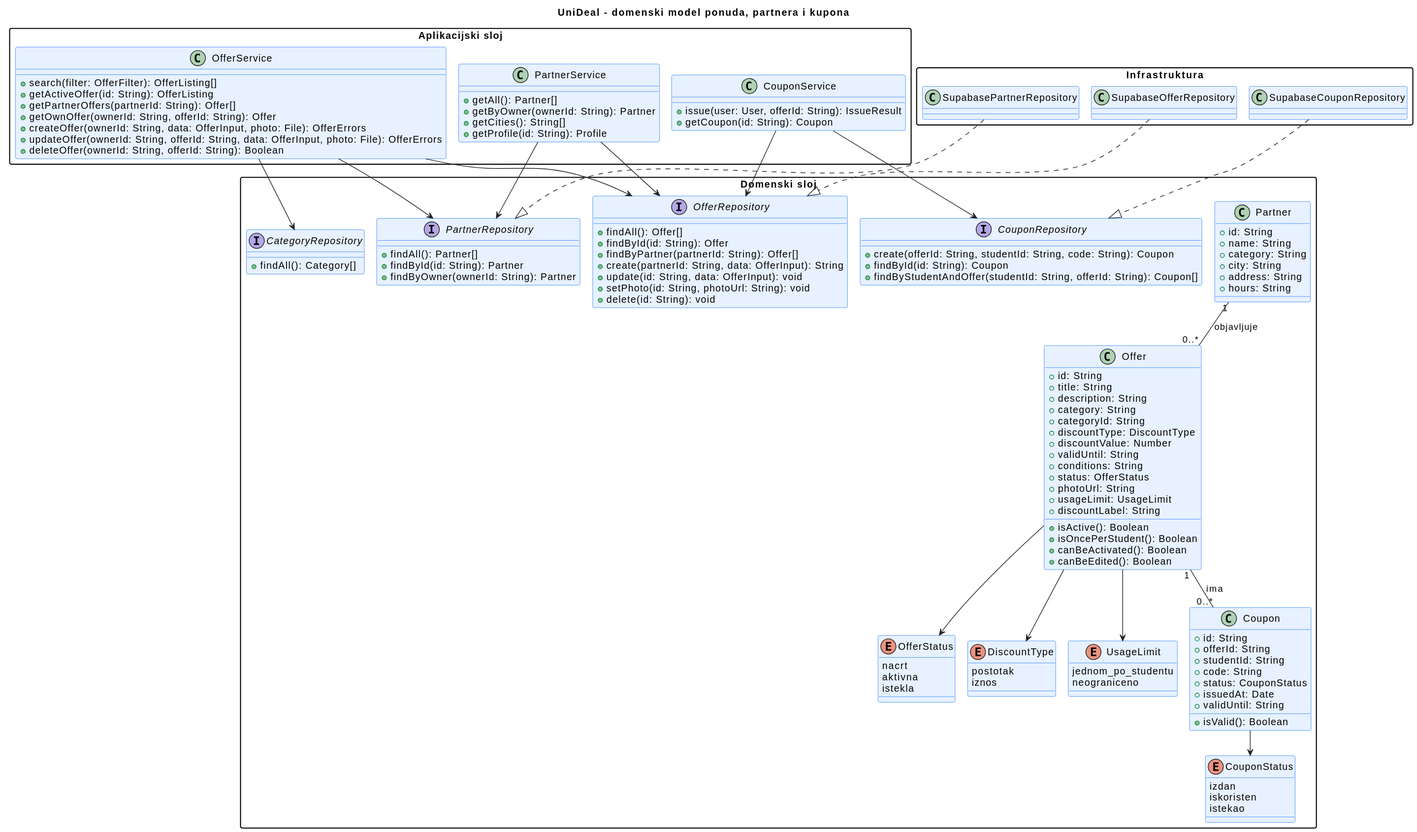
This is docs/assets/diagrams/4-3-unideal-domain-CD.svg from matejban/UniDeal, a PlantUML export, as it was before one commit.
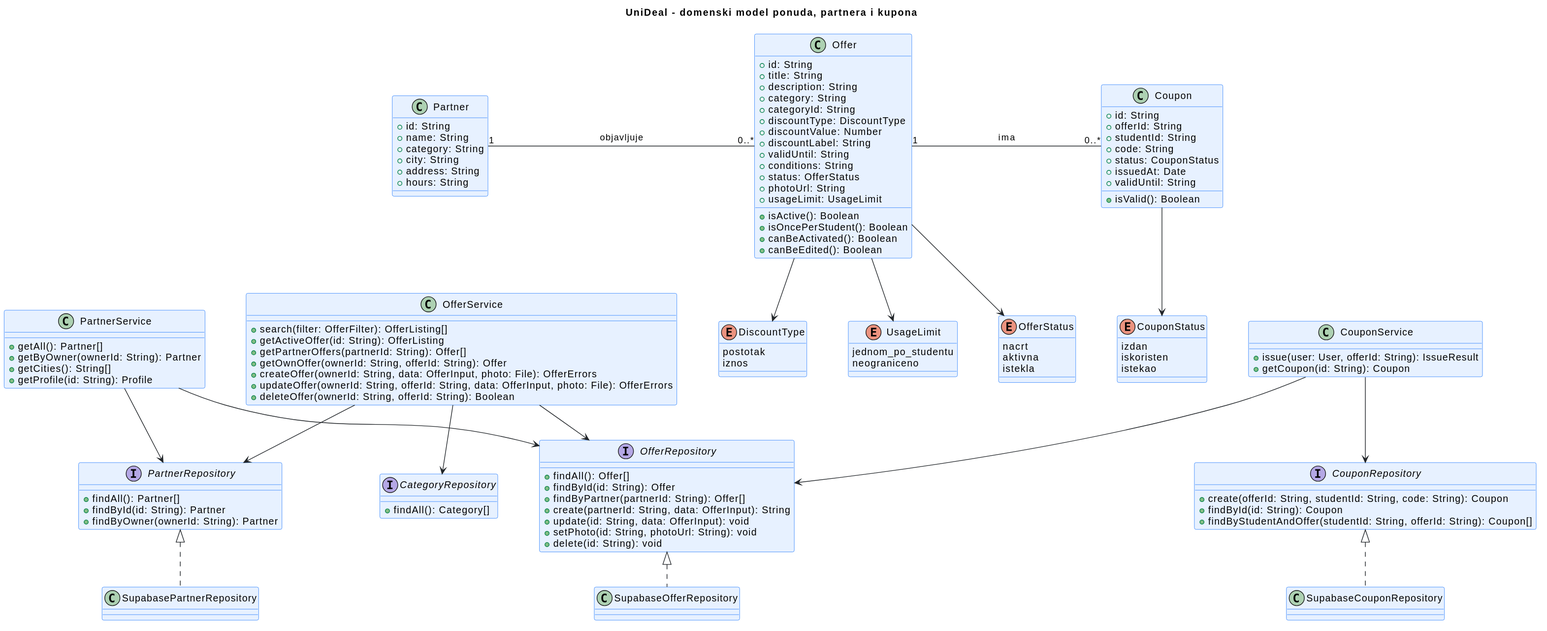
After the commit.

What changed in the source:
```diff
@@ -1,142 +1,159 @@
 @startuml
+
+
 !pragma layout smetana
 title UniDeal - domenski model ponuda, partnera i kupona
 
 skinparam shadowing false
 skinparam defaultFontName Arial
-skinparam packageStyle rectangle
 skinparam ArrowColor #212529
+skinparam nodesep 60
+skinparam ranksep 50
 
 skinparam class {
     BackgroundColor #E7F1FF
     BorderColor #0D6EFD
 }
 
-package "Aplikacijski sloj" {
-    class OfferService {
-        +search(filter: OfferFilter): OfferListing[]
-        +getActiveOffer(id: String): OfferListing
-        +getPartnerOffers(partnerId: String): Offer[]
-        +getOwnOffer(ownerId: String, offerId: String): Offer
-        +createOffer(ownerId: String, data: OfferInput, photo: File): OfferErrors
-        +updateOffer(ownerId: String, offerId: String, data: OfferInput, photo: File): OfferErrors
-        +deleteOffer(ownerId: String, offerId: String): Boolean
-    }
-    class PartnerService {
-        +getAll(): Partner[]
-        +getByOwner(ownerId: String): Partner
-        +getCities(): String[]
-        +getProfile(id: String): Profile
-    }
-    class CouponService {
-        +issue(user: User, offerId: String): IssueResult
-        +getCoupon(id: String): Coupon
-    }
+
+enum OfferStatus {
+    nacrt
+    aktivna
+    istekla
+}
+enum DiscountType {
+    postotak
+    iznos
+}
+enum UsageLimit {
+    jednom_po_studentu
+    neograniceno
+}
+enum CouponStatus {
+    izdan
+    iskoristen
+    istekao
 }
 
-package "Domenski sloj" {
-    enum OfferStatus {
-        nacrt
-        aktivna
-        istekla
-    }
-    enum DiscountType {
-        postotak
-        iznos
-    }
-    enum UsageLimit {
-        jednom_po_studentu
-        neograniceno
-    }
-    enum CouponStatus {
-        izdan
-        iskoristen
-        istekao
-    }
-    class Offer {
-        +id: String
-        +title: String
-        +description: String
-        +category: String
-        +categoryId: String
-        +discountType: DiscountType
-        +discountValue: Number
-        +validUntil: String
-        +conditions: String
-        +status: OfferStatus
-        +photoUrl: String
-        +usageLimit: UsageLimit
-        +isActive(): Boolean
-        +isOncePerStudent(): Boolean
-        +canBeActivated(): Boolean
-        +canBeEdited(): Boolean
-        +discountLabel: String
-    }
-    class Partner {
-        +id: String
-        +name: String
-        +category: String
-        +city: String
-        +address: String
-        +hours: String
-    }
-    class Coupon {
-        +id: String
-        +offerId: String
-        +studentId: String
-        +code: String
-        +status: CouponStatus
-        +issuedAt: Date
-        +validUntil: String
-        +isValid(): Boolean
-    }
-    interface OfferRepository {
-        +findAll(): Offer[]
-        +findById(id: String): Offer
-        +findByPartner(partnerId: String): Offer[]
-        +create(partnerId: String, data: OfferInput): String
-        +update(id: String, data: OfferInput): void
-        +setPhoto(id: String, photoUrl: String): void
-        +delete(id: String): void
-    }
-    interface PartnerRepository {
-        +findAll(): Partner[]
-        +findById(id: String): Partner
-        +findByOwner(ownerId: String): Partner
-    }
-    interface CategoryRepository {
-        +findAll(): Category[]
-    }
-    interface CouponRepository {
-        +create(offerId: String, studentId: String, code: String): Coupon
-        +findById(id: String): Coupon
-        +findByStudentAndOffer(studentId: String, offerId: String): Coupon[]
-    }
+
+class Partner {
+    +id: String
+    +name: String
+    +category: String
+    +city: String
+    +address: String
+    +hours: String
 }
 
-package "Infrastruktura" {
-    class SupabaseOfferRepository
-    class SupabasePartnerRepository
-    class SupabaseCouponRepository
+class Offer {
+    +id: String
+    +title: String
+    +description: String
+    +category: String
+    +categoryId: String
+    +discountType: DiscountType
+    +discountValue: Number
+    +discountLabel: String
+    +validUntil: String
+    +conditions: String
+    +status: OfferStatus
+    +photoUrl: String
+    +usageLimit: UsageLimit
+    +isActive(): Boolean
+    +isOncePerStudent(): Boolean
+    +canBeActivated(): Boolean
+    +canBeEdited(): Boolean
 }
 
-Partner "1" -- "0..*" Offer : objavljuje >
-Offer --> OfferStatus
-Offer --> DiscountType
-Offer --> UsageLimit
-Offer "1" -- "0..*" Coupon : ima >
-Coupon --> CouponStatus
+class Coupon {
+    +id: String
+    +offerId: String
+    +studentId: String
+    +code: String
+    +status: CouponStatus
+    +issuedAt: Date
+    +validUntil: String
+    +isValid(): Boolean
+}
 
 
-OfferService --> OfferRepository
-OfferService --> PartnerRepository
-OfferService --> CategoryRepository
-PartnerService --> PartnerRepository
-PartnerService --> OfferRepository
-CouponService --> CouponRepository
-CouponService --> OfferRepository
+class PartnerService {
+    +getAll(): Partner[]
+    +getByOwner(ownerId: String): Partner
+    +getCities(): String[]
+    +getProfile(id: String): Profile
+}
 
-SupabaseOfferRepository ..|> OfferRepository
-SupabasePartnerRepository ..|> PartnerRepository
-SupabaseCouponRepository ..|> CouponRepository
+class OfferService {
+    +search(filter: OfferFilter): OfferListing[]
+    +getActiveOffer(id: String): OfferListing
+    +getPartnerOffers(partnerId: String): Offer[]
+    +getOwnOffer(ownerId: String, offerId: String): Offer
+    +createOffer(ownerId: String, data: OfferInput, photo: File): OfferErrors
+    +updateOffer(ownerId: String, offerId: String, data: OfferInput, photo: File): OfferErrors
+    +deleteOffer(ownerId: String, offerId: String): Boolean
+}
+
+class CouponService {
+    +issue(user: User, offerId: String): IssueResult
+    +getCoupon(id: String): Coupon
+}
+
+
+interface PartnerRepository {
+    +findAll(): Partner[]
+    +findById(id: String): Partner
+    +findByOwner(ownerId: String): Partner
+}
+
+interface OfferRepository {
+    +findAll(): Offer[]
+    +findById(id: String): Offer
+    +findByPartner(partnerId: String): Offer[]
+    +create(partnerId: String, data: OfferInput): String
+    +update(id: String, data: OfferInput): void
+    +setPhoto(id: String, photoUrl: String): void
+    +delete(id: String): void
+}
+
+interface CategoryRepository {
+    +findAll(): Category[]
+}
+
+interface CouponRepository {
+    +create(offerId: String, studentId: String, code: String): Coupon
+    +findById(id: String): Coupon
+    +findByStudentAndOffer(studentId: String, offerId: String): Coupon[]
+}
+
+class SupabasePartnerRepository
+class SupabaseOfferRepository
+class SupabaseCouponRepository
+
+
+Partner "1" -right- "0..*" Offer : objavljuje >
+Offer "1" -right- "0..*" Coupon : ima >
+
+OfferStatus <-up- Offer
+DiscountType <-up- Offer
+UsageLimit <-up- Offer
+CouponStatus <-up- Coupon
+
+
+Partner -[hidden]down- PartnerService
+Offer -[hidden]down- OfferService
+Coupon -[hidden]down- CouponService
+
+PartnerService -down-> PartnerRepository
+PartnerService -down-> OfferRepository
+OfferService -down-> OfferRepository
+OfferService -down-> PartnerRepository
+OfferService -down-> CategoryRepository
+CouponService -down-> CouponRepository
+CouponService -down-> OfferRepository
+
+
+SupabasePartnerRepository .up.|> PartnerRepository
+SupabaseOfferRepository .up.|> OfferRepository
+SupabaseCouponRepository .up.|> CouponRepository
 @enduml
```
